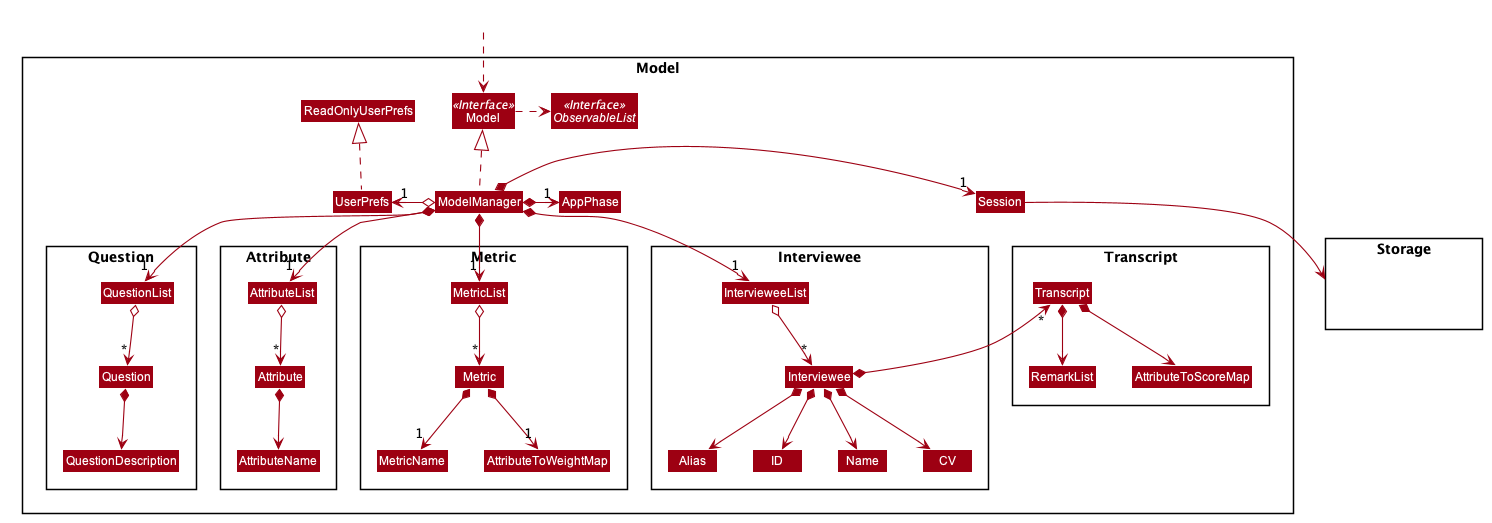
Earlier version of the PlantUML export docs/diagrams/ModelClassDiagram.png (nus-cs2103-AY1920S2/addressbook-level3).
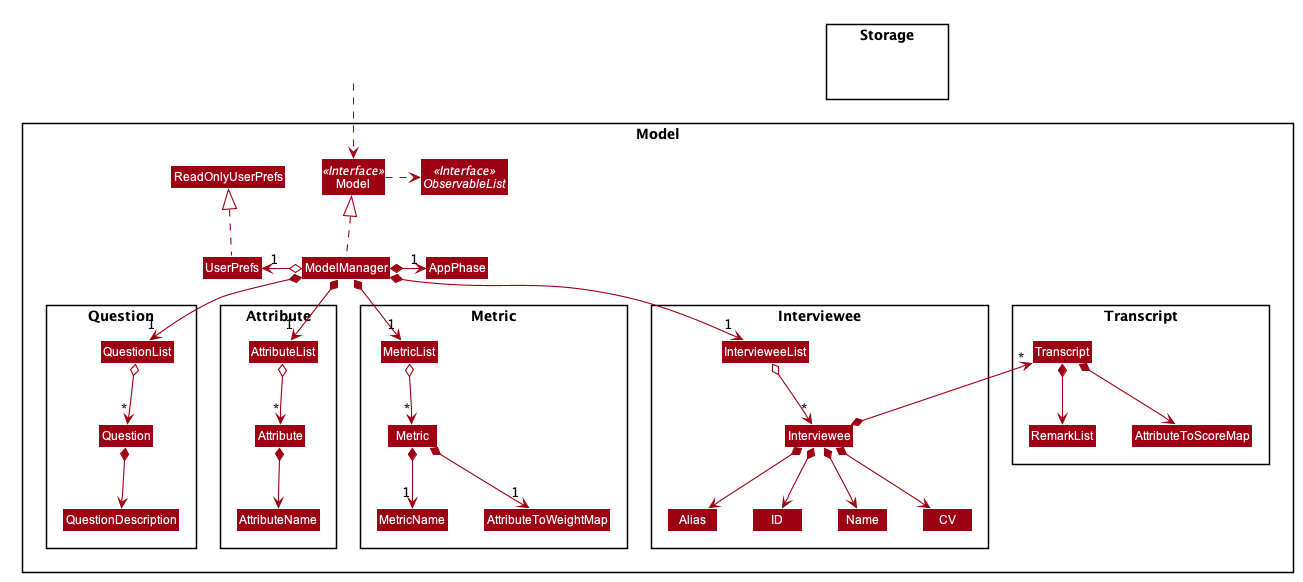
Above is the later version.

What changed in the source:
```diff
@@ -54,7 +54,6 @@
 Package Model <<Rectangle>> {
 Interface Model <<Interface>>
 Interface ObservableList <<Interface>>
-Class Session
 Class Model
 Class ModelManager
 Class UserPrefs
@@ -95,14 +94,11 @@
 Class AttributeToScoreMap
 }
 
-Session --> Storage
-
 ModelManager .up.|> Model
 Model .right.> ObservableList
 ModelManager o-left-> "1" UserPrefs
 UserPrefs .up.|> ReadOnlyUserPrefs
 
-ModelManager *-right-> "1" Session
 ModelManager *-right-> "1" AppPhase
 
 ModelManager *--> "1" AttributeList
```
